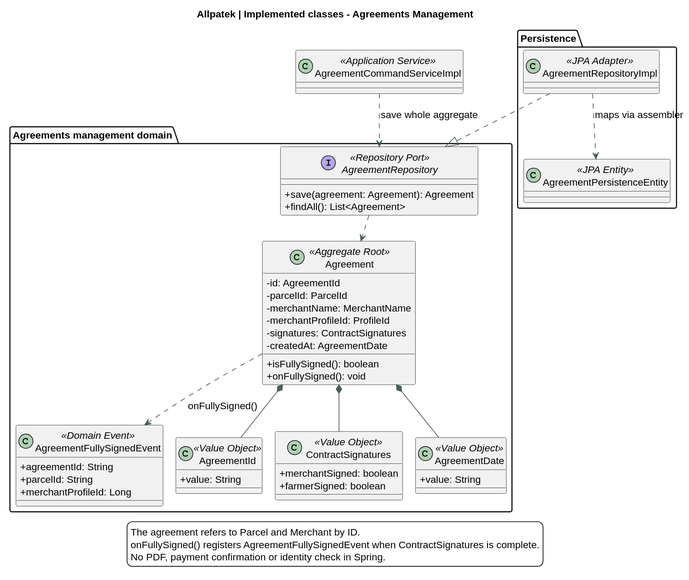
upc-pre-202620-1asi0729-7753-Terranova/allpatek-report keeps this PlantUML diagram as assets/chapter-04/architecture/10-classes-contracts.svg. Above is the earlier version.
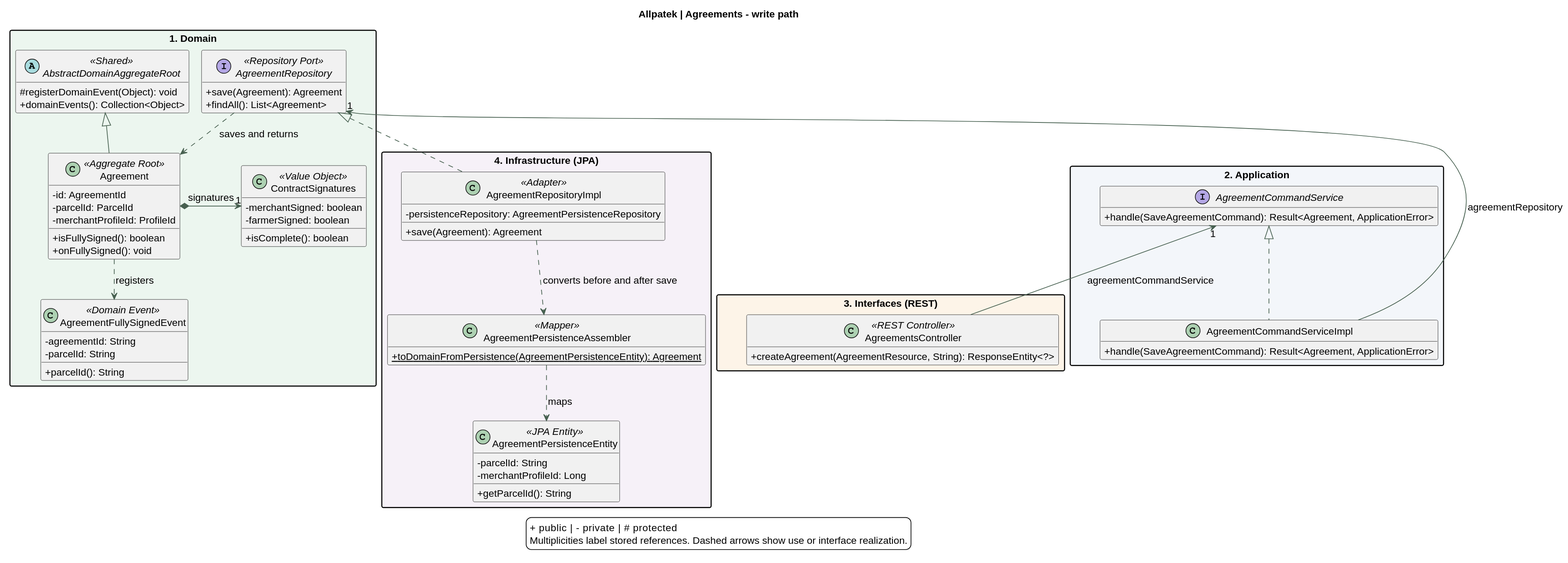
The same diagram one commit later.

Commit message:
docs(uml): trace agreements classes across the API and webapp

What changed in the source:
```diff
@@ -6,67 +6,81 @@
 skinparam shadowing false
 skinparam classAttributeIconSize 0
 skinparam ArrowColor #476050
+skinparam packageStyle rectangle
 skinparam dpi 140
-title Allpatek | Implemented classes - Agreements Management
+hide empty members
 top to bottom direction
+title Allpatek | Agreements - write path
 
-package "Agreements management domain" {
+package "1. Domain" as Domain #ECF6EF {
   class Agreement <<Aggregate Root>> {
     -id: AgreementId
     -parcelId: ParcelId
-    -merchantName: MerchantName
     -merchantProfileId: ProfileId
-    -signatures: ContractSignatures
-    -createdAt: AgreementDate
     +isFullySigned(): boolean
     +onFullySigned(): void
   }
-
-  class AgreementFullySignedEvent <<Domain Event>> {
-    +agreementId: String
-    +parcelId: String
-    +merchantProfileId: Long
+  class ContractSignatures <<Value Object>> {
+    -merchantSigned: boolean
+    -farmerSigned: boolean
+    +isComplete(): boolean
   }
-
-  class AgreementId <<Value Object>> {
-    +value: String
-  }
-
-  class ContractSignatures <<Value Object>> {
-    +merchantSigned: boolean
-    +farmerSigned: boolean
-  }
-
-  class AgreementDate <<Value Object>> {
-    +value: String
-  }
-
   interface AgreementRepository <<Repository Port>> {
-    +save(agreement: Agreement): Agreement
+    +save(Agreement): Agreement
     +findAll(): List<Agreement>
   }
-
-  Agreement *-- AgreementId
-  Agreement *-- ContractSignatures
-  Agreement *-- AgreementDate
-  Agreement ..> AgreementFullySignedEvent : onFullySigned()
-  AgreementRepository ..> Agreement
+  Agreement *-right-> "1" ContractSignatures : signatures
+  AgreementRepository ..> Agreement : saves and returns
+  abstract class AbstractDomainAggregateRoot <<Shared>> {
+    #registerDomainEvent(Object): void
+    +domainEvents(): Collection<Object>
+  }
+  class AgreementFullySignedEvent <<Domain Event>> {
+    -agreementId: String
+    -parcelId: String
+    +parcelId(): String
+  }
+  AbstractDomainAggregateRoot <|-- Agreement
+  Agreement ..> AgreementFullySignedEvent : registers
 }
-
-class AgreementCommandServiceImpl <<Application Service>>
-AgreementCommandServiceImpl ..> AgreementRepository : save whole aggregate
-
-package "Persistence" {
-  class AgreementRepositoryImpl <<JPA Adapter>>
-  class AgreementPersistenceEntity <<JPA Entity>>
-
-  AgreementRepositoryImpl ..> AgreementPersistenceEntity : maps via assembler
+package "2. Application" as Application #F3F6FA {
+  interface AgreementCommandService {
+    +handle(SaveAgreementCommand): Result<Agreement, ApplicationError>
+  }
+  class AgreementCommandServiceImpl {
+    +handle(SaveAgreementCommand): Result<Agreement, ApplicationError>
+  }
+  AgreementCommandService <|.. AgreementCommandServiceImpl
 }
-AgreementRepositoryImpl ..|> AgreementRepository
+package "3. Interfaces (REST)" as Interfaces #FDF4E8 {
+  class AgreementsController <<REST Controller>> {
+    +createAgreement(AgreementResource, String): ResponseEntity<?>
+  }
+}
+package "4. Infrastructure (JPA)" as Infrastructure #F6F1F8 {
+  class AgreementRepositoryImpl <<Adapter>> {
+    -persistenceRepository: AgreementPersistenceRepository
+    +save(Agreement): Agreement
+  }
+  class AgreementPersistenceAssembler <<Mapper>> {
+    {static} +toDomainFromPersistence(AgreementPersistenceEntity): Agreement
+  }
+  class AgreementPersistenceEntity <<JPA Entity>> {
+    -parcelId: String
+    -merchantProfileId: Long
+    +getParcelId(): String
+  }
+  AgreementRepositoryImpl ..> AgreementPersistenceAssembler : converts before and after save
+  AgreementPersistenceAssembler ..> AgreementPersistenceEntity : maps
+}
+AgreementRepository "1" <-- AgreementCommandServiceImpl : agreementRepository
+AgreementRepository <|.. AgreementRepositoryImpl
+AgreementCommandService "1" <-- AgreementsController : agreementCommandService
+Domain -[hidden]down-> Application
+Application -[hidden]down-> Interfaces
 
 legend bottom
-The agreement refers to Parcel and Merchant by ID.
-onFullySigned() registers AgreementFullySignedEvent when ContractSignatures is complete.
-No PDF, payment confirmation or identity check in Spring.
++ public  |  - private  |  # protected
+Multiplicities label stored references. Dashed arrows show use or interface realization.
 endlegend
 @enduml
```
